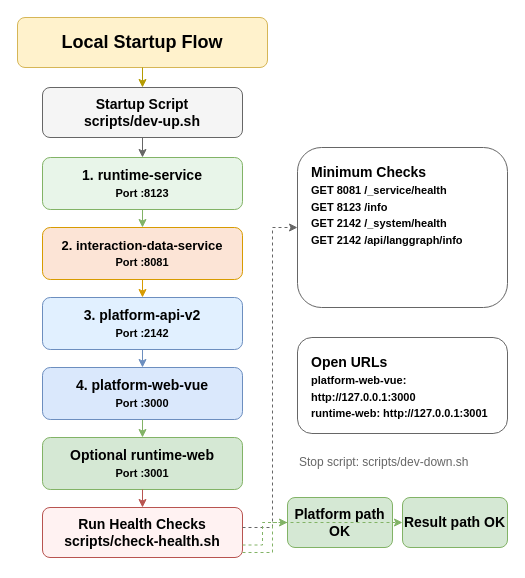
This is docs/diagrams/local-dev-startup-flow.en.drawio from ljxpython/ai-agent-platform, a draw.io file, before an edit. Source tidied: cells renumbered, new cells numbered last; positions are measured from the earlier drawing's top-left corner, leaving out a move shared by most shapes. Both pictures are drawn from the tidied source at 100%, with x=0, y=0 at pixel (17, 17).
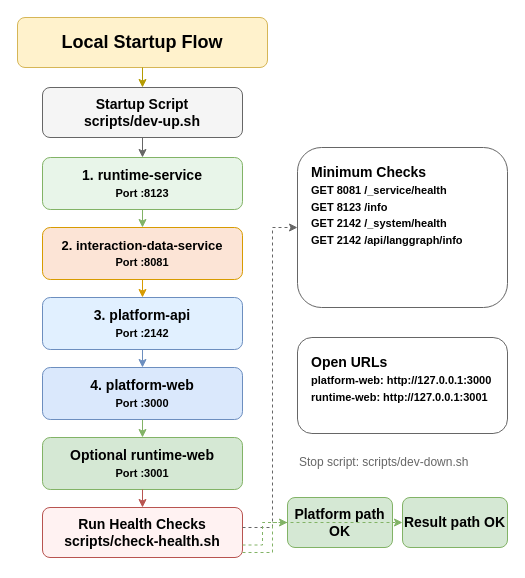
The same diagram, later.

What changed in the source:
```diff
@@
-    <mxCell id="6" value="3. platform-api-v2&lt;br/&gt;&lt;font style=&quot;font-size:11px;&quot;&gt;Port :2142&lt;/font&gt;" style="rounded=1;whiteSpace=wrap;html=1;fillColor=#E1F0FF;strokeColor=#6C8EBF;fontSize=14;fontStyle=1;align=center;verticalAlign=middle;" parent="1" vertex="1">
+    <mxCell id="6" value="3. platform-api&lt;br/&gt;&lt;font style=&quot;font-size:11px;&quot;&gt;Port :2142&lt;/font&gt;" style="rounded=1;whiteSpace=wrap;html=1;fillColor=#E1F0FF;strokeColor=#6C8EBF;fontSize=14;fontStyle=1;align=center;verticalAlign=middle;" parent="1" vertex="1">
       <mxGeometry x="25" y="280" width="200" height="52" as="geometry" />
     </mxCell>
-    <mxCell id="7" value="4. platform-web-vue&lt;br/&gt;&lt;font style=&quot;font-size:11px;&quot;&gt;Port :3000&lt;/font&gt;" style="rounded=1;whiteSpace=wrap;html=1;fillColor=#DAE8FC;strokeColor=#6C8EBF;fontSize=14;fontStyle=1;align=center;verticalAlign=middle;" parent="1" vertex="1">
+    <mxCell id="7" value="4. platform-web&lt;br/&gt;&lt;font style=&quot;font-size:11px;&quot;&gt;Port :3000&lt;/font&gt;" style="rounded=1;whiteSpace=wrap;html=1;fillColor=#DAE8FC;strokeColor=#6C8EBF;fontSize=14;fontStyle=1;align=center;verticalAlign=middle;" parent="1" vertex="1">
       <mxGeometry x="25" y="350" width="200" height="52" as="geometry" />
     </mxCell>
@@
-    <mxCell id="11" value="Open URLs&lt;br/&gt;&lt;font style=&quot;font-size:11px;&quot;&gt;platform-web-vue: http://127.0.0.1:3000&lt;br/&gt;runtime-web: http://127.0.0.1:3001&lt;/font&gt;" style="rounded=1;whiteSpace=wrap;html=1;fillColor=#FFFFFF;strokeColor=#666666;fontSize=14;fontStyle=1;align=left;spacingLeft=12;spacingTop=10;verticalAlign=top;" parent="1" vertex="1">
+    <mxCell id="11" value="Open URLs&lt;br/&gt;&lt;font style=&quot;font-size:11px;&quot;&gt;platform-web: http://127.0.0.1:3000&lt;br/&gt;runtime-web: http://127.0.0.1:3001&lt;/font&gt;" style="rounded=1;whiteSpace=wrap;html=1;fillColor=#FFFFFF;strokeColor=#666666;fontSize=14;fontStyle=1;align=left;spacingLeft=12;spacingTop=10;verticalAlign=top;" parent="1" vertex="1">
       <mxGeometry x="280" y="320" width="210" height="96" as="geometry" />
     </mxCell>
```
